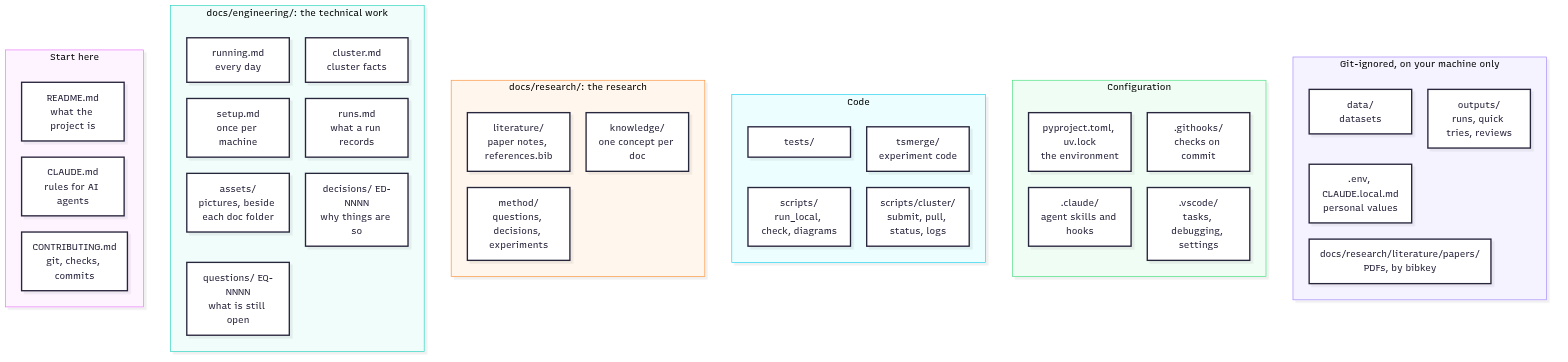
Earlier version of the Mermaid export docs/assets/repository-map.png (daliran/tsmerge). Its source is kept beside it as docs/assets/repository-map.mmd.
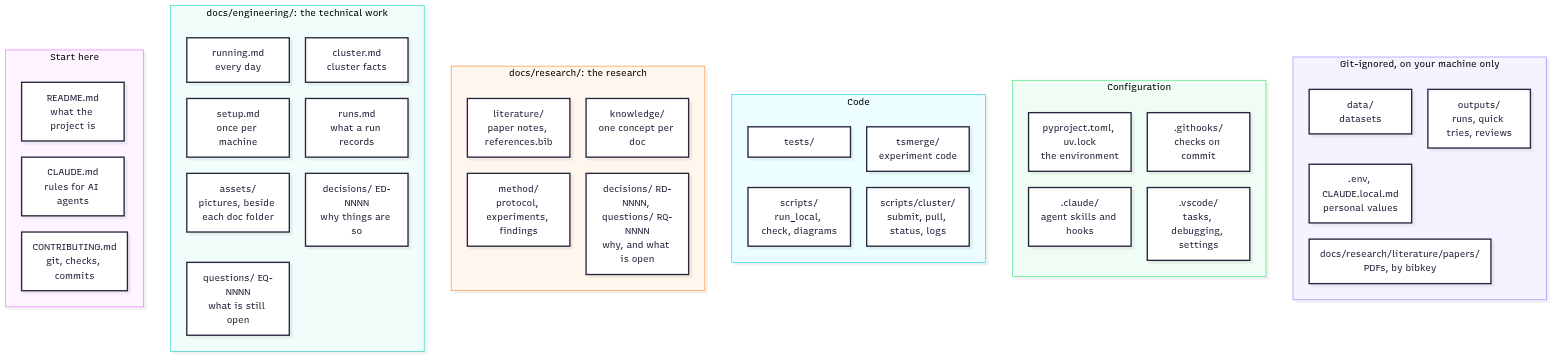
The same file after the commit.

Diff of the diagram source:
```diff
@@ -21,7 +21,8 @@
     direction TB
     literature["literature/<br/>paper notes, references.bib"]
     knowledge["knowledge/<br/>one concept per doc"]
-    method["method/<br/>questions, decisions, experiments"]
+    method["method/<br/>protocol, experiments, findings"]
+    rdecisions["decisions/ RD-NNNN, questions/ RQ-NNNN<br/>why, and what is open"]
   end
 
   subgraph code["Code"]
```
